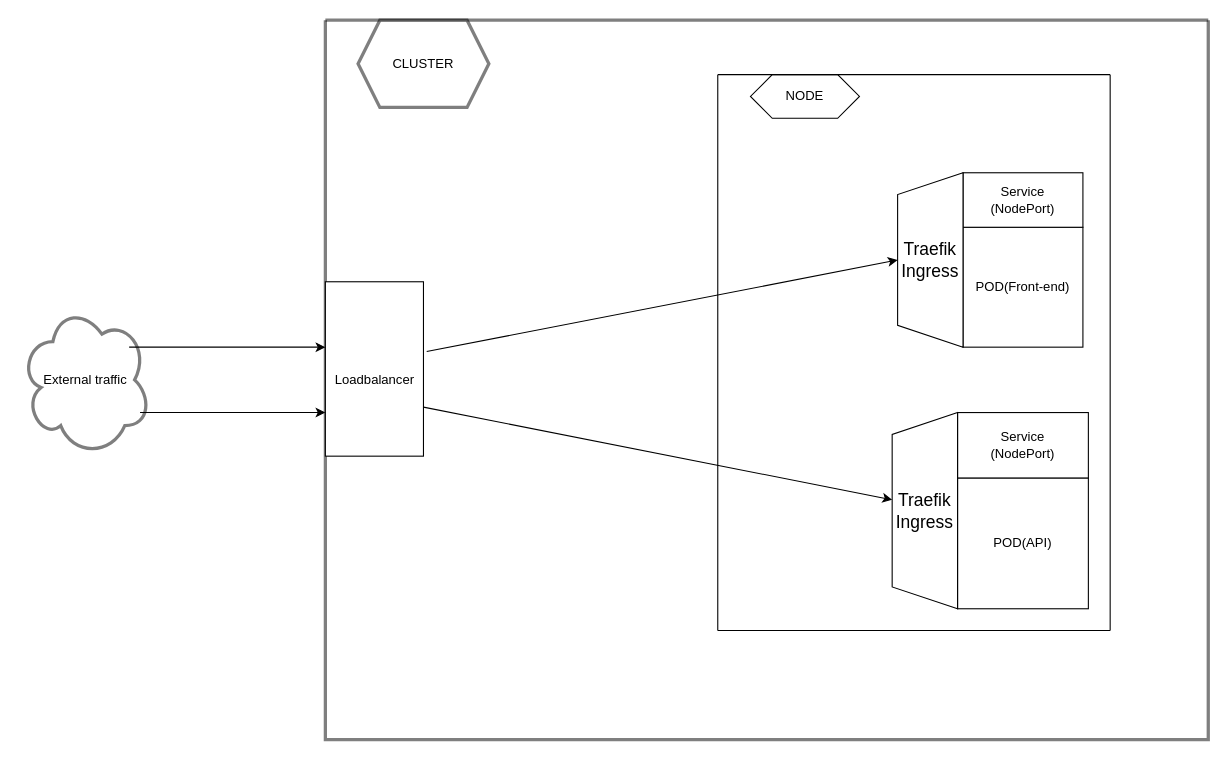
Above: Untitled Diagram.drawio in Ashwin-Raj18/git-flow (draw.io), before the change. Source tidied: cells renumbered, new cells numbered last; positions are measured from the earlier drawing's top-left corner, leaving out a move shared by most shapes. Both pictures are drawn from the tidied source at 109%, with x=0, y=0 at pixel (20, 20).
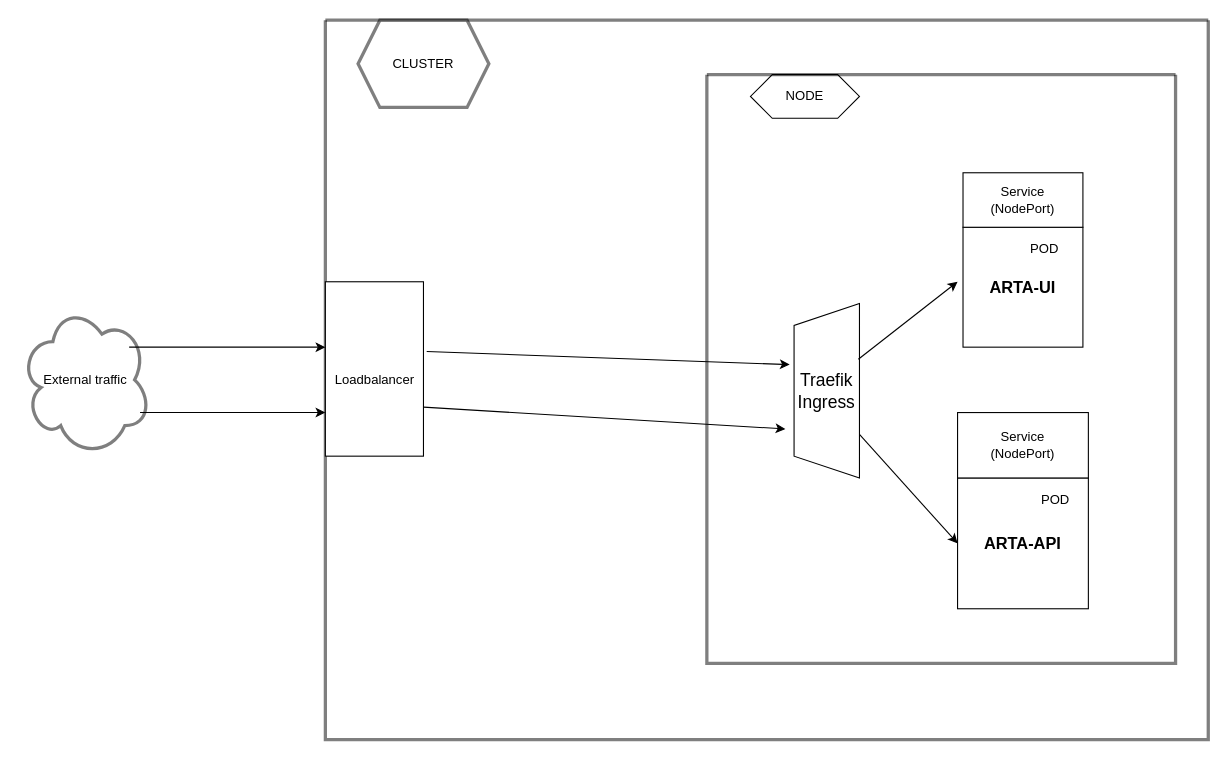
The same diagram, later.

The change refers to these unchanged cells:
```xml
<mxCell id="13" style="swimlane;startSize=0;strokeWidth=3;opacity=50;" parent="1" vertex="1">
  <mxGeometry x="280" width="810" height="660" as="geometry" />
</mxCell>
<mxCell id="14" style="rounded=0;whiteSpace=wrap;html=1;" parent="13" vertex="1">
  <mxGeometry y="240" width="90" height="160" as="geometry" />
</mxCell>
```

Diff of the diagram source:
```diff
@@
-    <mxCell id="2" value="POD(Front-end)" style="whiteSpace=wrap;html=1;" parent="1" vertex="1">
+    <mxCell id="2" value="&lt;b&gt;&lt;font style=&quot;font-size: 15px&quot;&gt;ARTA-UI&lt;/font&gt;&lt;/b&gt;" style="whiteSpace=wrap;html=1;" parent="1" vertex="1">
       <mxGeometry x="865" y="190" width="110" height="110" as="geometry" />
     </mxCell>
@@
-    <mxCell id="4" value="POD(API)" style="whiteSpace=wrap;html=1;" parent="1" vertex="1">
+    <mxCell id="4" value="&lt;b&gt;&lt;font style=&quot;font-size: 15px&quot;&gt;ARTA-API&lt;/font&gt;&lt;/b&gt;" style="whiteSpace=wrap;html=1;" parent="1" vertex="1">
       <mxGeometry x="860" y="420" width="120" height="120" as="geometry" />
     </mxCell>
@@
-    <mxCell id="6" value="&lt;font style=&quot;font-size: 16px&quot;&gt;Traefik&lt;br&gt;Ingress&lt;br&gt;&lt;/font&gt;" style="shape=trapezoid;perimeter=trapezoidPerimeter;whiteSpace=wrap;html=1;fixedSize=1;direction=north;" parent="1" vertex="1">
-      <mxGeometry x="800" y="360" width="60" height="180" as="geometry" />
-    </mxCell>
-    <mxCell id="7" value="&lt;span style=&quot;font-size: 16px&quot;&gt;Traefik&lt;/span&gt;&lt;br style=&quot;font-size: 16px&quot;&gt;&lt;span style=&quot;font-size: 16px&quot;&gt;Ingress&lt;/span&gt;" style="shape=trapezoid;perimeter=trapezoidPerimeter;whiteSpace=wrap;html=1;fixedSize=1;direction=north;" parent="1" vertex="1">
-      <mxGeometry x="805" y="140" width="60" height="160" as="geometry" />
-    </mxCell>
@@
-    <mxCell id="9" style="endArrow=none;html=1;" parent="1" edge="1">
-      <mxGeometry relative="1" as="geometry">
-        <mxPoint x="640" y="560" as="sourcePoint" />
-        <mxPoint x="640" y="50" as="targetPoint" />
-      </mxGeometry>
-    </mxCell>
-    <mxCell id="10" style="endArrow=none;html=1;" parent="1" edge="1">
-      <mxGeometry relative="1" as="geometry">
-        <mxPoint x="640" y="560" as="sourcePoint" />
-        <mxPoint x="1000" y="560" as="targetPoint" />
-      </mxGeometry>
-    </mxCell>
-    <mxCell id="11" style="endArrow=none;html=1;" parent="1" edge="1">
-      <mxGeometry relative="1" as="geometry">
-        <mxPoint x="1000" y="560" as="sourcePoint" />
-        <mxPoint x="1000" y="50" as="targetPoint" />
-      </mxGeometry>
-    </mxCell>
-    <mxCell id="12" style="endArrow=none;html=1;" parent="1" edge="1">
-      <mxGeometry relative="1" as="geometry">
-        <mxPoint x="640" y="50" as="sourcePoint" />
-        <mxPoint x="1000" y="50" as="targetPoint" />
-      </mxGeometry>
-    </mxCell>
@@
-    <mxCell id="16" style="endArrow=classic;html=1;" parent="13" edge="1">
+    <mxCell id="16" style="endArrow=classic;html=1;entryX=0.281;entryY=-0.133;entryDx=0;entryDy=0;entryPerimeter=0;" parent="13" edge="1" target="7">
       <mxGeometry relative="1" as="geometry">
         <mxPoint x="90" y="355" as="sourcePoint" />
-        <mxPoint x="520" y="440" as="targetPoint" />
       </mxGeometry>
     </mxCell>
@@
+    <mxCell id="7" value="&lt;span style=&quot;font-size: 16px&quot;&gt;Traefik&lt;/span&gt;&lt;br style=&quot;font-size: 16px&quot;&gt;&lt;span style=&quot;font-size: 16px&quot;&gt;Ingress&lt;/span&gt;" style="shape=trapezoid;perimeter=trapezoidPerimeter;whiteSpace=wrap;html=1;fixedSize=1;direction=north;" parent="13" vertex="1">
+      <mxGeometry x="430" y="260" width="60" height="160" as="geometry" />
+    </mxCell>
+    <mxCell id="21" style="endArrow=classic;html=1;exitX=1.033;exitY=0.4;exitDx=0;exitDy=0;exitPerimeter=0;entryX=0.65;entryY=-0.067;entryDx=0;entryDy=0;entryPerimeter=0;" parent="13" edge="1" source="14" target="7">
+      <mxGeometry relative="1" as="geometry" />
+    </mxCell>
+    <mxCell id="22" value="POD" style="text;html=1;strokeColor=none;fillColor=none;align=center;verticalAlign=middle;whiteSpace=wrap;rounded=0;opacity=50;" parent="13" vertex="1">
+      <mxGeometry x="650" y="430" width="40" height="20" as="geometry" />
+    </mxCell>
+    <mxCell id="23" style="swimlane;startSize=0;strokeWidth=3;opacity=50;" parent="13" vertex="1">
+      <mxGeometry x="350" y="50" width="430" height="540" as="geometry" />
+    </mxCell>
@@
-    <mxCell id="21" style="endArrow=classic;html=1;exitX=1.033;exitY=0.4;exitDx=0;exitDy=0;exitPerimeter=0;" parent="1" edge="1" source="14">
-      <mxGeometry relative="1" as="geometry">
-        <mxPoint x="805" y="220" as="targetPoint" />
-      </mxGeometry>
-    </mxCell>
+    <mxCell id="24" style="endArrow=classic;html=1;exitX=0.681;exitY=0.983;exitDx=0;exitDy=0;exitPerimeter=0;" parent="1" edge="1" source="7">
+      <mxGeometry relative="1" as="geometry">
+        <mxPoint x="860" y="240" as="targetPoint" />
+      </mxGeometry>
+    </mxCell>
+    <mxCell id="25" style="endArrow=classic;html=1;entryX=0;entryY=0.5;entryDx=0;entryDy=0;exitX=0.25;exitY=1;exitDx=0;exitDy=0;" parent="1" edge="1" source="7" target="4">
+      <mxGeometry relative="1" as="geometry" />
+    </mxCell>
+    <mxCell id="26" value="POD" style="text;html=1;strokeColor=none;fillColor=none;align=center;verticalAlign=middle;whiteSpace=wrap;rounded=0;opacity=50;" parent="1" vertex="1">
+      <mxGeometry x="920" y="200" width="40" height="20" as="geometry" />
+    </mxCell>
```
